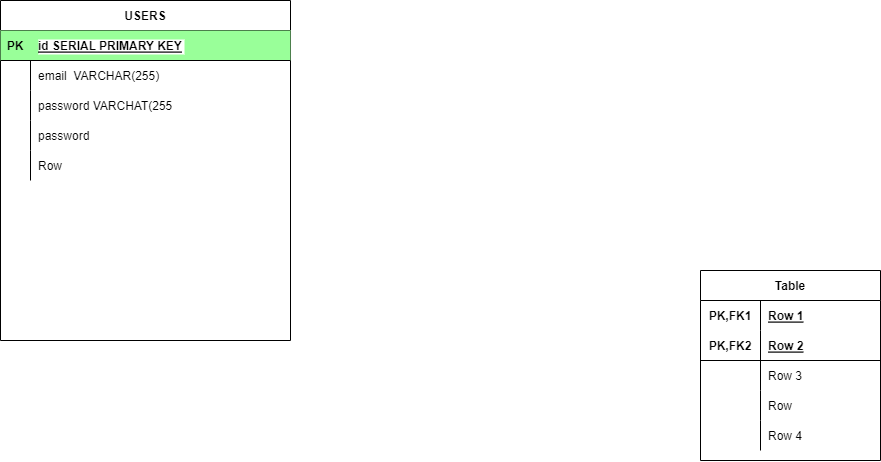
The draw.io diagram PracticeEDR.png in Jamelscott/entity-relationship-diagrams, before a commit. Source tidied: cells renumbered, new cells last; positions are measured from the earlier drawing's top-left corner, leaving out a move shared by most shapes.
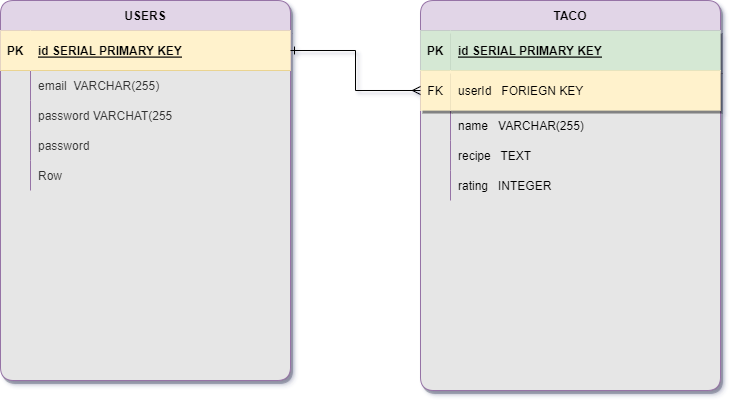
After the change.

What changed in the source:
```diff
@@ -1,102 +1,105 @@
-<mxGraphModel>
+<mxGraphModel shadow="1">
   <root>
     <mxCell id="0" />
     <mxCell id="1" parent="0" />
-    <mxCell id="2" value="USERS" style="shape=table;startSize=30;rowLines=0;fontStyle=1;align=center;" parent="1" vertex="1">
-      <mxGeometry width="290" height="340" as="geometry" />
+    <mxCell id="2" value="USERS" style="shape=table;startSize=30;rowLines=0;fontStyle=1;align=center;fillColor=#e1d5e7;strokeColor=#9673a6;gradientColor=none;swimlaneFillColor=#E6E6E6;rounded=1;shadow=1;sketch=0;" parent="1" vertex="1">
+      <mxGeometry width="290" height="380" as="geometry" />
     </mxCell>
-    <mxCell id="3" style="shape=tableRow;horizontal=0;startSize=0;swimlaneHead=0;swimlaneBody=0;fillColor=#99FF99;points=[[0,0.5],[1,0.5]];portConstraint=eastwest;top=0;left=0;right=0;bottom=1;" parent="2" vertex="1">
-      <mxGeometry y="30" width="290" height="30" as="geometry" />
+    <mxCell id="3" style="shape=tableRow;horizontal=0;startSize=0;swimlaneHead=0;swimlaneBody=0;fillColor=#fff2cc;points=[[0,0.5],[1,0.5]];portConstraint=eastwest;top=0;left=0;right=0;bottom=1;strokeColor=#d6b656;" parent="2" vertex="1">
+      <mxGeometry y="30" width="290" height="40" as="geometry" />
     </mxCell>
-    <mxCell id="4" value="PK" style="shape=partialRectangle;fillColor=none;top=0;left=0;bottom=0;right=0;fontStyle=1;overflow=hidden;" parent="3" vertex="1">
-      <mxGeometry width="30" height="30" as="geometry" />
+    <mxCell id="4" value="PK" style="shape=partialRectangle;fillColor=#fff2cc;top=0;left=0;bottom=0;right=0;fontStyle=1;overflow=hidden;strokeColor=#d6b656;" parent="3" vertex="1">
+      <mxGeometry width="30" height="40" as="geometry" />
     </mxCell>
-    <mxCell id="5" value="id SERIAL PRIMARY KEY" style="shape=partialRectangle;fillColor=none;top=0;left=0;bottom=0;right=0;align=left;spacingLeft=6;fontStyle=5;overflow=hidden;labelBackgroundColor=default;" parent="3" vertex="1">
-      <mxGeometry x="30" width="260" height="30" as="geometry" />
+    <mxCell id="5" value="id SERIAL PRIMARY KEY" style="shape=partialRectangle;fillColor=#fff2cc;top=0;left=0;bottom=0;right=0;align=left;spacingLeft=6;fontStyle=5;overflow=hidden;labelBackgroundColor=none;strokeColor=#d6b656;" parent="3" vertex="1">
+      <mxGeometry x="30" width="260" height="40" as="geometry" />
     </mxCell>
-    <mxCell id="6" style="shape=tableRow;horizontal=0;startSize=0;swimlaneHead=0;swimlaneBody=0;fillColor=none;top=0;left=0;right=0;bottom=0;" parent="2" vertex="1">
-      <mxGeometry y="60" width="290" height="30" as="geometry" />
+    <mxCell id="6" style="shape=tableRow;horizontal=0;startSize=0;swimlaneHead=0;swimlaneBody=0;fillColor=none;top=0;left=0;right=0;bottom=0;fontColor=#333333;strokeColor=#666666;" parent="2" vertex="1">
+      <mxGeometry y="70" width="290" height="30" as="geometry" />
     </mxCell>
-    <mxCell id="7" style="shape=partialRectangle;fillColor=none;top=0;left=0;bottom=0;right=0;overflow=hidden;" parent="6" vertex="1">
+    <mxCell id="7" style="shape=partialRectangle;fillColor=none;top=0;left=0;bottom=0;right=0;overflow=hidden;fontColor=#333333;strokeColor=#666666;" parent="6" vertex="1">
       <mxGeometry width="30" height="30" as="geometry" />
     </mxCell>
-    <mxCell id="8" value="email  VARCHAR(255)" style="shape=partialRectangle;fillColor=none;top=0;left=0;bottom=0;right=0;align=left;spacingLeft=6;overflow=hidden;" parent="6" vertex="1">
+    <mxCell id="8" value="email  VARCHAR(255)" style="shape=partialRectangle;fillColor=none;top=0;left=0;bottom=0;right=0;align=left;spacingLeft=6;overflow=hidden;fontColor=#333333;strokeColor=#666666;" parent="6" vertex="1">
       <mxGeometry x="30" width="260" height="30" as="geometry" />
     </mxCell>
-    <mxCell id="9" style="shape=tableRow;horizontal=0;startSize=0;swimlaneHead=0;swimlaneBody=0;fillColor=none;top=0;left=0;right=0;bottom=0;" parent="2" vertex="1">
-      <mxGeometry y="90" width="290" height="30" as="geometry" />
+    <mxCell id="9" style="shape=tableRow;horizontal=0;startSize=0;swimlaneHead=0;swimlaneBody=0;fillColor=none;top=0;left=0;right=0;bottom=0;fontColor=#333333;strokeColor=#666666;" parent="2" vertex="1">
+      <mxGeometry y="100" width="290" height="30" as="geometry" />
     </mxCell>
-    <mxCell id="10" style="shape=partialRectangle;fillColor=none;top=0;left=0;bottom=0;right=0;overflow=hidden;" parent="9" vertex="1">
+    <mxCell id="10" style="shape=partialRectangle;fillColor=none;top=0;left=0;bottom=0;right=0;overflow=hidden;fontColor=#333333;strokeColor=#666666;" parent="9" vertex="1">
       <mxGeometry width="30" height="30" as="geometry" />
     </mxCell>
-    <mxCell id="11" value="password VARCHAT(255" style="shape=partialRectangle;fillColor=none;top=0;left=0;bottom=0;right=0;align=left;spacingLeft=6;overflow=hidden;" parent="9" vertex="1">
+    <mxCell id="11" value="password VARCHAT(255" style="shape=partialRectangle;fillColor=none;top=0;left=0;bottom=0;right=0;align=left;spacingLeft=6;overflow=hidden;fontColor=#333333;strokeColor=#666666;" parent="9" vertex="1">
       <mxGeometry x="30" width="260" height="30" as="geometry" />
     </mxCell>
-    <mxCell id="12" style="shape=tableRow;horizontal=0;startSize=0;swimlaneHead=0;swimlaneBody=0;fillColor=none;top=0;left=0;right=0;bottom=0;" parent="2" vertex="1">
-      <mxGeometry y="120" width="290" height="30" as="geometry" />
+    <mxCell id="12" style="shape=tableRow;horizontal=0;startSize=0;swimlaneHead=0;swimlaneBody=0;fillColor=none;top=0;left=0;right=0;bottom=0;fontColor=#333333;strokeColor=#666666;" parent="2" vertex="1">
+      <mxGeometry y="130" width="290" height="30" as="geometry" />
     </mxCell>
-    <mxCell id="13" style="shape=partialRectangle;fillColor=none;top=0;left=0;bottom=0;right=0;overflow=hidden;" parent="12" vertex="1">
+    <mxCell id="13" style="shape=partialRectangle;fillColor=none;top=0;left=0;bottom=0;right=0;overflow=hidden;fontColor=#333333;strokeColor=#666666;" parent="12" vertex="1">
       <mxGeometry width="30" height="30" as="geometry" />
     </mxCell>
-    <mxCell id="14" value="password" style="shape=partialRectangle;fillColor=none;top=0;left=0;bottom=0;right=0;align=left;spacingLeft=6;overflow=hidden;" parent="12" vertex="1">
+    <mxCell id="14" value="password" style="shape=partialRectangle;fillColor=none;top=0;left=0;bottom=0;right=0;align=left;spacingLeft=6;overflow=hidden;fontColor=#333333;strokeColor=#666666;" parent="12" vertex="1">
       <mxGeometry x="30" width="260" height="30" as="geometry" />
     </mxCell>
-    <mxCell id="15" style="shape=tableRow;horizontal=0;startSize=0;swimlaneHead=0;swimlaneBody=0;fillColor=none;top=0;left=0;right=0;bottom=0;" parent="2" vertex="1">
-      <mxGeometry y="150" width="290" height="30" as="geometry" />
+    <mxCell id="15" style="shape=tableRow;horizontal=0;startSize=0;swimlaneHead=0;swimlaneBody=0;fillColor=none;top=0;left=0;right=0;bottom=0;fontColor=#333333;strokeColor=#666666;" parent="2" vertex="1">
+      <mxGeometry y="160" width="290" height="30" as="geometry" />
     </mxCell>
-    <mxCell id="16" style="shape=partialRectangle;fillColor=none;top=0;left=0;bottom=0;right=0;overflow=hidden;" parent="15" vertex="1">
+    <mxCell id="16" style="shape=partialRectangle;fillColor=none;top=0;left=0;bottom=0;right=0;overflow=hidden;fontColor=#333333;strokeColor=#666666;" parent="15" vertex="1">
       <mxGeometry width="30" height="30" as="geometry" />
     </mxCell>
-    <mxCell id="17" value="Row" style="shape=partialRectangle;fillColor=none;top=0;left=0;bottom=0;right=0;align=left;spacingLeft=6;overflow=hidden;" parent="15" vertex="1">
+    <mxCell id="17" value="Row" style="shape=partialRectangle;fillColor=none;top=0;left=0;bottom=0;right=0;align=left;spacingLeft=6;overflow=hidden;fontColor=#333333;strokeColor=#666666;" parent="15" vertex="1">
       <mxGeometry x="30" width="260" height="30" as="geometry" />
     </mxCell>
-    <mxCell id="18" value="Table" style="shape=table;startSize=30;rowLines=0;fontStyle=1;align=center;" parent="1" vertex="1">
-      <mxGeometry x="700" y="270" width="180" height="190" as="geometry" />
-    </mxCell>
-    <mxCell id="19" style="shape=tableRow;horizontal=0;startSize=0;swimlaneHead=0;swimlaneBody=0;fillColor=none;top=0;left=0;right=0;bottom=0;" parent="18" vertex="1">
-      <mxGeometry y="30" width="180" height="30" as="geometry" />
-    </mxCell>
-    <mxCell id="20" value="PK,FK1" style="shape=partialRectangle;fillColor=none;top=0;left=0;bottom=0;right=0;fontStyle=1;overflow=hidden;" parent="19" vertex="1">
-      <mxGeometry width="60" height="30" as="geometry" />
-    </mxCell>
-    <mxCell id="21" value="Row 1" style="shape=partialRectangle;fillColor=none;top=0;left=0;bottom=0;right=0;align=left;spacingLeft=6;fontStyle=5;overflow=hidden;" parent="19" vertex="1">
-      <mxGeometry x="60" width="120" height="30" as="geometry" />
-    </mxCell>
-    <mxCell id="22" style="shape=tableRow;horizontal=0;startSize=0;swimlaneHead=0;swimlaneBody=0;fillColor=none;top=0;left=0;right=0;bottom=1;" parent="18" vertex="1">
-      <mxGeometry y="60" width="180" height="30" as="geometry" />
-    </mxCell>
-    <mxCell id="23" value="PK,FK2" style="shape=partialRectangle;fillColor=none;top=0;left=0;bottom=0;right=0;fontStyle=1;overflow=hidden;" parent="22" vertex="1">
-      <mxGeometry width="60" height="30" as="geometry" />
-    </mxCell>
-    <mxCell id="24" value="Row 2" style="shape=partialRectangle;fillColor=none;top=0;left=0;bottom=0;right=0;align=left;spacingLeft=6;fontStyle=5;overflow=hidden;" parent="22" vertex="1">
-      <mxGeometry x="60" width="120" height="30" as="geometry" />
-    </mxCell>
-    <mxCell id="25" style="shape=tableRow;horizontal=0;startSize=0;swimlaneHead=0;swimlaneBody=0;fillColor=none;top=0;left=0;right=0;bottom=0;" parent="18" vertex="1">
-      <mxGeometry y="90" width="180" height="30" as="geometry" />
-    </mxCell>
-    <mxCell id="26" style="shape=partialRectangle;fillColor=none;top=0;left=0;bottom=0;right=0;overflow=hidden;" parent="25" vertex="1">
-      <mxGeometry width="60" height="30" as="geometry" />
-    </mxCell>
-    <mxCell id="27" value="Row 3" style="shape=partialRectangle;fillColor=none;top=0;left=0;bottom=0;right=0;align=left;spacingLeft=6;overflow=hidden;" parent="25" vertex="1">
-      <mxGeometry x="60" width="120" height="30" as="geometry" />
-    </mxCell>
-    <mxCell id="28" style="shape=tableRow;horizontal=0;startSize=0;swimlaneHead=0;swimlaneBody=0;fillColor=none;top=0;left=0;right=0;bottom=0;" parent="18" vertex="1">
-      <mxGeometry y="120" width="180" height="30" as="geometry" />
-    </mxCell>
-    <mxCell id="29" style="shape=partialRectangle;fillColor=none;top=0;left=0;bottom=0;right=0;overflow=hidden;" parent="28" vertex="1">
-      <mxGeometry width="60" height="30" as="geometry" />
-    </mxCell>
-    <mxCell id="30" value="Row" style="shape=partialRectangle;fillColor=none;top=0;left=0;bottom=0;right=0;align=left;spacingLeft=6;overflow=hidden;" parent="28" vertex="1">
-      <mxGeometry x="60" width="120" height="30" as="geometry" />
-    </mxCell>
-    <mxCell id="31" style="shape=tableRow;horizontal=0;startSize=0;swimlaneHead=0;swimlaneBody=0;fillColor=none;top=0;left=0;right=0;bottom=0;" parent="18" vertex="1">
-      <mxGeometry y="150" width="180" height="30" as="geometry" />
-    </mxCell>
-    <mxCell id="32" style="shape=partialRectangle;fillColor=none;top=0;left=0;bottom=0;right=0;overflow=hidden;" parent="31" vertex="1">
-      <mxGeometry width="60" height="30" as="geometry" />
-    </mxCell>
-    <mxCell id="33" value="Row 4" style="shape=partialRectangle;fillColor=none;top=0;left=0;bottom=0;right=0;align=left;spacingLeft=6;overflow=hidden;" parent="31" vertex="1">
-      <mxGeometry x="60" width="120" height="30" as="geometry" />
-    </mxCell>
+    <mxCell id="34" value="TACO" style="shape=table;startSize=30;rowLines=0;fontStyle=1;align=center;rounded=1;shadow=1;labelBackgroundColor=none;sketch=0;fillColor=#e1d5e7;strokeColor=#9673a6;swimlaneFillColor=#E6E6E6;" parent="1" vertex="1">
+      <mxGeometry x="420" width="300" height="390" as="geometry" />
+    </mxCell>
+    <mxCell id="35" style="shape=tableRow;horizontal=0;startSize=0;swimlaneHead=0;swimlaneBody=0;fillColor=#d5e8d4;top=0;left=0;right=0;bottom=1;rounded=1;shadow=1;labelBackgroundColor=none;sketch=0;strokeColor=#82b366;" parent="34" vertex="1">
+      <mxGeometry y="30" width="300" height="40" as="geometry" />
+    </mxCell>
+    <mxCell id="36" value="PK" style="shape=partialRectangle;fillColor=#d5e8d4;top=0;left=0;bottom=0;right=0;fontStyle=1;overflow=hidden;rounded=1;shadow=1;labelBackgroundColor=none;sketch=0;strokeColor=#82b366;" parent="35" vertex="1">
+      <mxGeometry width="30" height="40" as="geometry" />
+    </mxCell>
+    <mxCell id="37" value="id SERIAL PRIMARY KEY" style="shape=partialRectangle;fillColor=#d5e8d4;top=0;left=0;bottom=0;right=0;align=left;spacingLeft=6;fontStyle=5;overflow=hidden;rounded=1;shadow=1;labelBackgroundColor=none;sketch=0;strokeColor=#82b366;" parent="35" vertex="1">
+      <mxGeometry x="30" width="270" height="40" as="geometry" />
+    </mxCell>
+    <mxCell id="38" style="shape=tableRow;horizontal=0;startSize=0;swimlaneHead=0;swimlaneBody=0;fillColor=#fff2cc;points=[[0,0.5],[1,0.5]];portConstraint=eastwest;top=0;left=0;right=0;bottom=0;rounded=1;shadow=1;labelBackgroundColor=none;sketch=0;strokeColor=#d6b656;" parent="34" vertex="1">
+      <mxGeometry y="70" width="300" height="40" as="geometry" />
+    </mxCell>
+    <mxCell id="39" value="FK" style="shape=partialRectangle;fillColor=#fff2cc;top=0;left=0;bottom=0;right=0;fontStyle=0;overflow=hidden;rounded=1;shadow=1;labelBackgroundColor=none;sketch=0;strokeColor=#d6b656;" parent="38" vertex="1">
+      <mxGeometry width="30" height="40" as="geometry" />
+    </mxCell>
+    <mxCell id="40" value="userId   FORIEGN KEY" style="shape=partialRectangle;fillColor=#fff2cc;top=0;left=0;bottom=0;right=0;align=left;spacingLeft=6;fontStyle=0;overflow=hidden;rounded=1;shadow=1;labelBackgroundColor=none;sketch=0;strokeColor=#d6b656;" parent="38" vertex="1">
+      <mxGeometry x="30" width="270" height="40" as="geometry" />
+    </mxCell>
+    <mxCell id="41" style="shape=tableRow;horizontal=0;startSize=0;swimlaneHead=0;swimlaneBody=0;top=0;left=0;right=0;bottom=0;rounded=1;shadow=1;labelBackgroundColor=none;sketch=0;fillColor=none;" parent="34" vertex="1">
+      <mxGeometry y="110" width="300" height="30" as="geometry" />
+    </mxCell>
+    <mxCell id="42" style="shape=partialRectangle;top=0;left=0;bottom=0;right=0;overflow=hidden;rounded=1;shadow=1;labelBackgroundColor=none;sketch=0;fillColor=none;" parent="41" vertex="1">
+      <mxGeometry width="30" height="30" as="geometry" />
+    </mxCell>
+    <mxCell id="43" value="name   VARCHAR(255)" style="shape=partialRectangle;top=0;left=0;bottom=0;right=0;align=left;spacingLeft=6;overflow=hidden;rounded=1;shadow=1;labelBackgroundColor=none;sketch=0;fillColor=none;" parent="41" vertex="1">
+      <mxGeometry x="30" width="270" height="30" as="geometry" />
+    </mxCell>
+    <mxCell id="44" style="shape=tableRow;horizontal=0;startSize=0;swimlaneHead=0;swimlaneBody=0;top=0;left=0;right=0;bottom=0;rounded=1;shadow=1;labelBackgroundColor=none;sketch=0;fillColor=none;" parent="34" vertex="1">
+      <mxGeometry y="140" width="300" height="30" as="geometry" />
+    </mxCell>
+    <mxCell id="45" style="shape=partialRectangle;top=0;left=0;bottom=0;right=0;overflow=hidden;rounded=1;shadow=1;labelBackgroundColor=none;sketch=0;fillColor=none;" parent="44" vertex="1">
+      <mxGeometry width="30" height="30" as="geometry" />
+    </mxCell>
+    <mxCell id="46" value="recipe   TEXT" style="shape=partialRectangle;top=0;left=0;bottom=0;right=0;align=left;spacingLeft=6;overflow=hidden;rounded=1;shadow=1;labelBackgroundColor=none;sketch=0;fillColor=none;" parent="44" vertex="1">
+      <mxGeometry x="30" width="270" height="30" as="geometry" />
+    </mxCell>
+    <mxCell id="47" style="shape=tableRow;horizontal=0;startSize=0;swimlaneHead=0;swimlaneBody=0;top=0;left=0;right=0;bottom=0;rounded=1;shadow=1;labelBackgroundColor=none;sketch=0;fillColor=none;" parent="34" vertex="1">
+      <mxGeometry y="170" width="300" height="30" as="geometry" />
+    </mxCell>
+    <mxCell id="48" style="shape=partialRectangle;top=0;left=0;bottom=0;right=0;overflow=hidden;rounded=1;shadow=1;labelBackgroundColor=none;sketch=0;fillColor=none;" parent="47" vertex="1">
+      <mxGeometry width="30" height="30" as="geometry" />
+    </mxCell>
+    <mxCell id="49" value="rating   INTEGER" style="shape=partialRectangle;top=0;left=0;bottom=0;right=0;align=left;spacingLeft=6;overflow=hidden;rounded=1;shadow=1;labelBackgroundColor=none;sketch=0;fillColor=none;" parent="47" vertex="1">
+      <mxGeometry x="30" width="270" height="30" as="geometry" />
+    </mxCell>
+    <mxCell id="50" style="edgeStyle=orthogonalEdgeStyle;rounded=0;jettySize=auto;html=1;entryX=0;entryY=0.5;entryDx=0;entryDy=0;endArrow=ERmany;endFill=0;startArrow=ERone;startFill=0;" parent="1" edge="1" source="3" target="38">
+      <mxGeometry relative="1" as="geometry" />
+    </mxCell>
   </root>
 </mxGraphModel>
```
